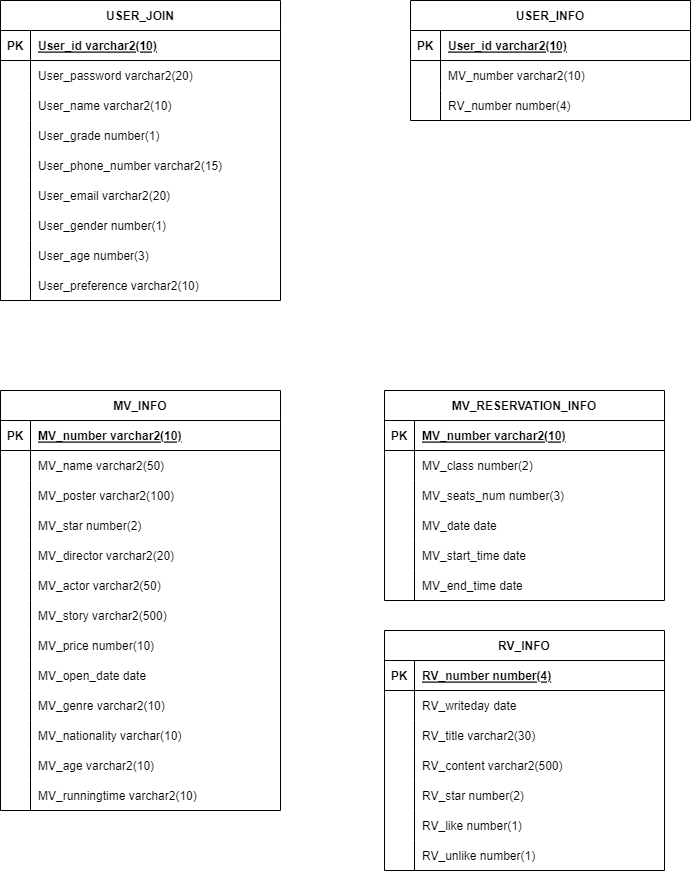
Wassssssup/Team_MV_project keeps this draw.io diagram as MVProject_ERD.drawio.png. Above is the earlier version. Source tidied: cells renumbered, new cells last; positions are measured from the earlier drawing's top-left corner, leaving out a move shared by most shapes.
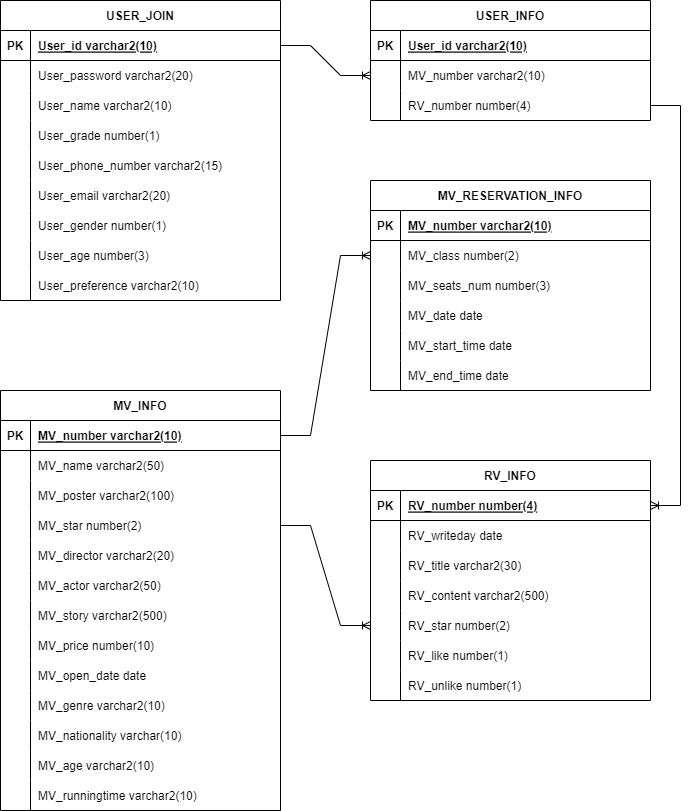
The same diagram one commit later.

Diff of the diagram source:
```diff
@@ -87,7 +87,7 @@
       <mxGeometry x="30" width="250" height="30" as="geometry" />
     </mxCell>
     <mxCell id="30" value="USER_INFO" style="shape=table;startSize=30;rowLines=0;fontStyle=1;align=center;perimeterSpacing=0;labelBorderColor=none;" parent="1" vertex="1">
-      <mxGeometry x="410" width="280" height="120" as="geometry" />
+      <mxGeometry x="370" width="280" height="120" as="geometry" />
     </mxCell>
     <mxCell id="31" style="shape=tableRow;horizontal=0;startSize=0;swimlaneHead=0;swimlaneBody=0;fillColor=none;top=0;left=0;right=0;bottom=1;" parent="30" vertex="1">
       <mxGeometry y="30" width="280" height="30" as="geometry" />
@@ -237,7 +237,7 @@
       <mxGeometry x="30" width="250" height="30" as="geometry" />
     </mxCell>
     <mxCell id="80" value="MV_RESERVATION_INFO" style="shape=table;startSize=30;rowLines=0;fontStyle=1;align=center;perimeterSpacing=0;labelBorderColor=none;" parent="1" vertex="1">
-      <mxGeometry x="384" y="390" width="280" height="210" as="geometry" />
+      <mxGeometry x="370" y="180" width="280" height="210" as="geometry" />
     </mxCell>
     <mxCell id="81" style="shape=tableRow;horizontal=0;startSize=0;swimlaneHead=0;swimlaneBody=0;fillColor=none;top=0;left=0;right=0;bottom=1;" parent="80" vertex="1">
       <mxGeometry y="30" width="280" height="30" as="geometry" />
@@ -294,7 +294,7 @@
       <mxGeometry x="30" width="250" height="30" as="geometry" />
     </mxCell>
     <mxCell id="99" value="RV_INFO" style="shape=table;startSize=30;rowLines=0;fontStyle=1;align=center;perimeterSpacing=0;labelBorderColor=none;" parent="1" vertex="1">
-      <mxGeometry x="384" y="630" width="280" height="240" as="geometry" />
+      <mxGeometry x="370" y="460" width="280" height="240" as="geometry" />
     </mxCell>
     <mxCell id="100" style="shape=tableRow;horizontal=0;startSize=0;swimlaneHead=0;swimlaneBody=0;fillColor=none;points=[[0,0.5],[1,0.5]];portConstraint=eastwest;top=0;left=0;right=0;bottom=1;" parent="99" vertex="1">
       <mxGeometry y="30" width="280" height="30" as="geometry" />
@@ -359,5 +359,17 @@
     <mxCell id="120" value="RV_unlike number(1)" style="shape=partialRectangle;fillColor=none;top=0;left=0;bottom=0;right=0;align=left;spacingLeft=6;overflow=hidden;" parent="118" vertex="1">
       <mxGeometry x="30" width="250" height="30" as="geometry" />
     </mxCell>
+    <mxCell id="121" style="edgeStyle=entityRelationEdgeStyle;fontSize=12;html=1;endArrow=ERoneToMany;rounded=0;exitX=1;exitY=0.5;exitDx=0;exitDy=0;entryX=0;entryY=0.5;entryDx=0;entryDy=0;" parent="1" edge="1" source="3" target="34">
+      <mxGeometry relative="1" as="geometry" />
+    </mxCell>
+    <mxCell id="122" style="edgeStyle=entityRelationEdgeStyle;fontSize=12;html=1;endArrow=ERoneToMany;rounded=0;exitX=1;exitY=0.5;exitDx=0;exitDy=0;entryX=0;entryY=0.5;entryDx=0;entryDy=0;" parent="1" edge="1" source="41" target="84">
+      <mxGeometry relative="1" as="geometry" />
+    </mxCell>
+    <mxCell id="123" style="edgeStyle=entityRelationEdgeStyle;fontSize=12;html=1;endArrow=ERoneToMany;rounded=0;exitX=1;exitY=0.5;exitDx=0;exitDy=0;entryX=0;entryY=0.5;entryDx=0;entryDy=0;" parent="1" edge="1" source="50" target="112">
+      <mxGeometry relative="1" as="geometry" />
+    </mxCell>
+    <mxCell id="124" style="edgeStyle=entityRelationEdgeStyle;fontSize=12;html=1;endArrow=ERoneToMany;rounded=0;exitX=1;exitY=0.5;exitDx=0;exitDy=0;entryX=1;entryY=0.5;entryDx=0;entryDy=0;" parent="1" edge="1" source="37" target="100">
+      <mxGeometry relative="1" as="geometry" />
+    </mxCell>
   </root>
 </mxGraphModel>
```
